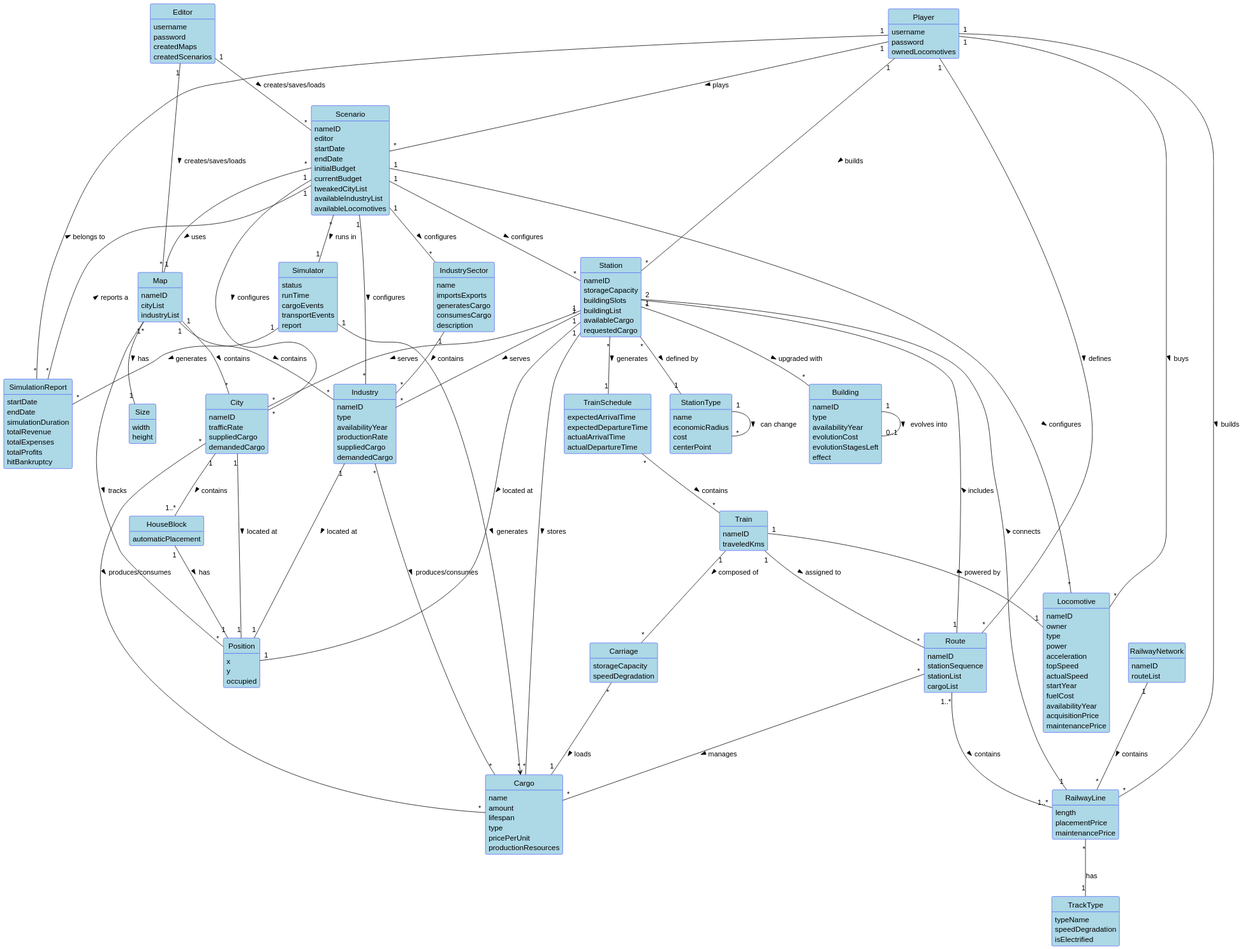
Above: docs/system-documentation/global-artifacts/02.analysis/svg/DomainModel.svg in HenriqueSilva18/Railway-Network-Simulator (PlantUML), before the change.
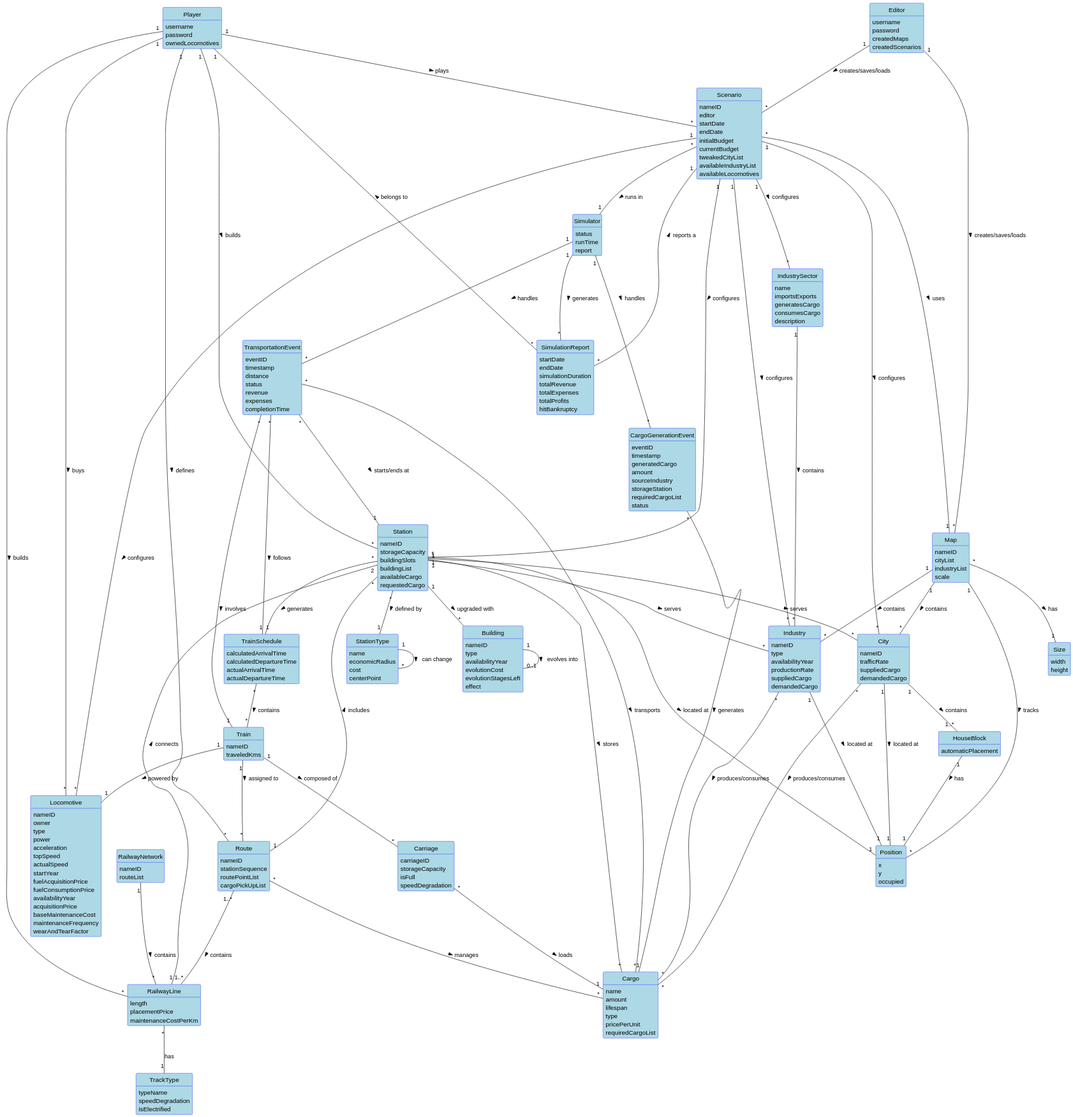
The same file after the commit.

Commit message:
Ref #400, #408, #409 - Updated Domain Model

The edit, as a diff of the source:
```diff
@@ -29,6 +29,7 @@
   nameID
   cityList
   industryList
+  scale
 }
 
 class Size {
@@ -57,10 +58,30 @@
 class Simulator {
   status
   runTime
-  cargoEvents
-  transportEvents
   report
 }
+
+class CargoGenerationEvent {
+  eventID
+  timestamp
+  generatedCargo
+  amount
+  sourceIndustry
+  storageStation
+  requiredCargoList
+  status
+}
+
+class TransportationEvent {
+    eventID
+    timestamp
+    distance
+    status
+    revenue
+    expenses
+    completionTime
+}
+
 
 class SimulationReport {
     startDate
@@ -108,7 +129,7 @@
   lifespan
   type
   pricePerUnit
-  productionResources
+  requiredCargoList
 }
 
 class Station {
@@ -128,8 +149,8 @@
 }
 
 class TrainSchedule {
-  expectedArrivalTime
-  expectedDepartureTime
+  calculatedArrivalTime
+  calculatedDepartureTime
   actualArrivalTime
   actualDepartureTime
 }
@@ -146,7 +167,7 @@
 class RailwayLine {
   length
   placementPrice
-  maintenancePrice
+  maintenanceCostPerKm
 }
 
 class TrackType{
@@ -169,10 +190,13 @@
   topSpeed
   actualSpeed
   startYear
-  fuelCost
+  fuelAcquisitionPrice
+  fuelConsumptionPrice
   availabilityYear
   acquisitionPrice
-  maintenancePrice
+  baseMaintenanceCost
+  maintenanceFrequency
+  wearAndTearFactor
 }
 
 class Train {
@@ -181,16 +205,20 @@
 }
 
 class Carriage {
+  carriageID
   storageCapacity
+  isFull
   speedDegradation
 }
 
 class Route {
   nameID
   stationSequence
-  stationList
-  cargoList
+  routePointList
+  cargoPickUpList
 }
+
+
 
 Editor "1" -- "*" Map : creates/saves/loads >
 Editor "1" -- "*" Scenario : creates/saves/loads >
@@ -222,7 +250,6 @@
 Route "1..*" -- "1..*" RailwayLine : contains >
 Building "1" -- "0..1" Building : evolves into >
 Player "1" -- "*" Route : defines >
-Simulator "1" --> "*" Cargo : generates >
 Scenario "1" -- "*" City : configures >
 City "1" -- "1" Position : located at >
 Industry "1" -- "1" Position : located at >
@@ -241,4 +268,11 @@
 SimulationReport "*" -- "1" Scenario : reports a >
 SimulationReport "*" -- "1" Player : belongs to >
 RailwayLine "*" -- "1" TrackType: has
+Simulator "1" -- "*" CargoGenerationEvent : handles >
+CargoGenerationEvent "*" -- "1" Cargo : generates >
+Simulator "1" -- "*" TransportationEvent : handles >
+TransportationEvent "*" -- "1" Train : involves >
+TransportationEvent "*" -- "1" Station : starts/ends at >
+TransportationEvent "*" -- "*" Cargo : transports >
+TransportationEvent "*" -- "1" TrainSchedule : follows >
 @enduml
```
